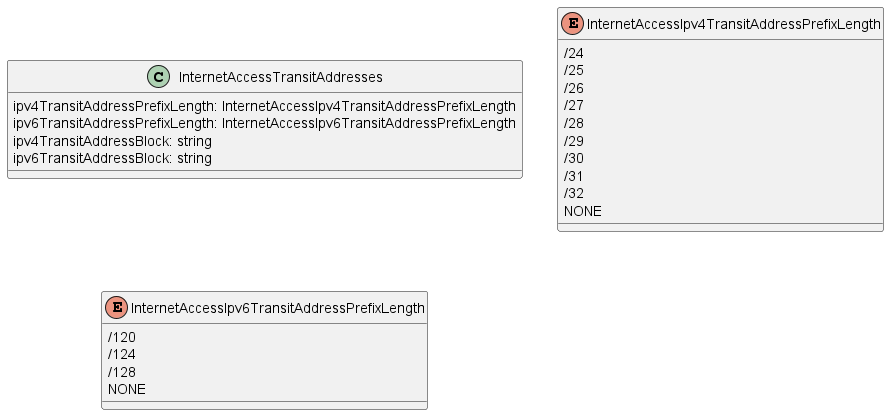
Above: documentation/productSchema/ip/internetAccess/MEF 139.1 resources/media/19TransitAddressesBlock.png in MEF-GIT/MEF-LSO-Sonata-SDK (PlantUML), before the change. Source of this version:
```plantuml
@startuml

class InternetAccessTransitAddresses {

    ipv4TransitAddressPrefixLength: InternetAccessIpv4TransitAddressPrefixLength
    ipv6TransitAddressPrefixLength: InternetAccessIpv6TransitAddressPrefixLength
    ipv4TransitAddressBlock: string
    ipv6TransitAddressBlock: string
}


enum InternetAccessIpv4TransitAddressPrefixLength {

    /24
    /25
    /26
    /27
    /28
    /29
    /30
    /31
    /32
    NONE
}
enum InternetAccessIpv6TransitAddressPrefixLength {

    /120
    /124
    /128
    NONE
}
@enduml
```
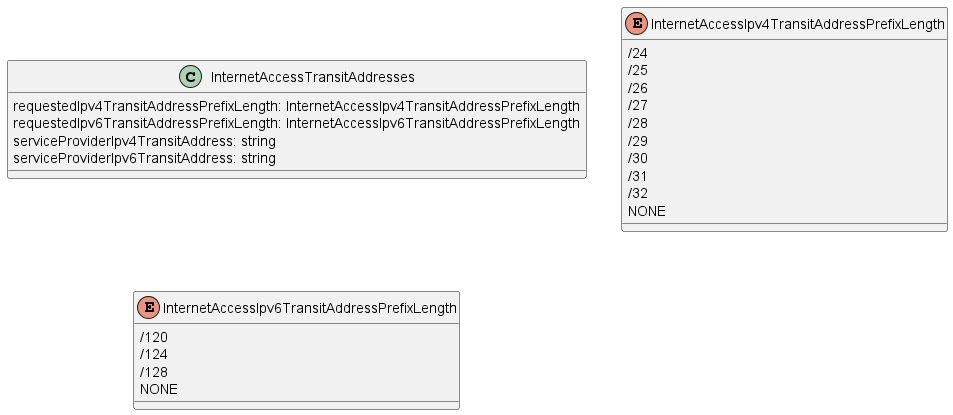
Later version of the same file.

The edit, as a diff of the source:
```diff
@@ -2,11 +2,12 @@
 
 class InternetAccessTransitAddresses {
 
-    ipv4TransitAddressPrefixLength: InternetAccessIpv4TransitAddressPrefixLength
-    ipv6TransitAddressPrefixLength: InternetAccessIpv6TransitAddressPrefixLength
-    ipv4TransitAddressBlock: string
-    ipv6TransitAddressBlock: string
+    requestedIpv4TransitAddressPrefixLength: InternetAccessIpv4TransitAddressPrefixLength
+    requestedIpv6TransitAddressPrefixLength: InternetAccessIpv6TransitAddressPrefixLength
+    serviceProviderIpv4TransitAddress: string
+    serviceProviderIpv6TransitAddress: string
 }
+
 
 
 enum InternetAccessIpv4TransitAddressPrefixLength {
```
